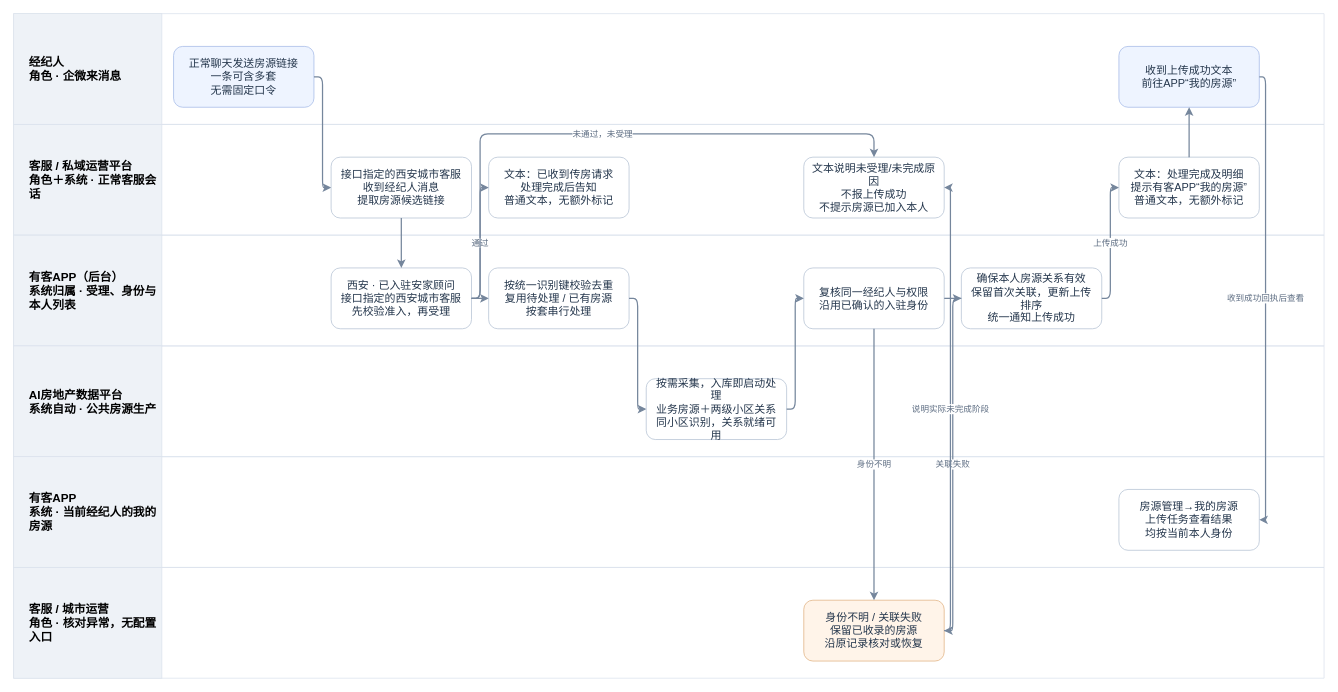
Above: page "企微上传｜客服视角、准入与完成回执" (3 of 3) of B端发房共用资源/V3.0-B端房源上传与管理-角色与系统业务流程.drawio in JZT-AI/ai-real-estate-platform-v3-prototype (draw.io), before the change. Source tidied: cells renumbered, new cells numbered last; positions are measured from the earlier drawing's top-left corner, leaving out a move shared by most shapes. Both pictures are drawn from the tidied source at 78%, with x=0, y=0 at pixel (13, 13).
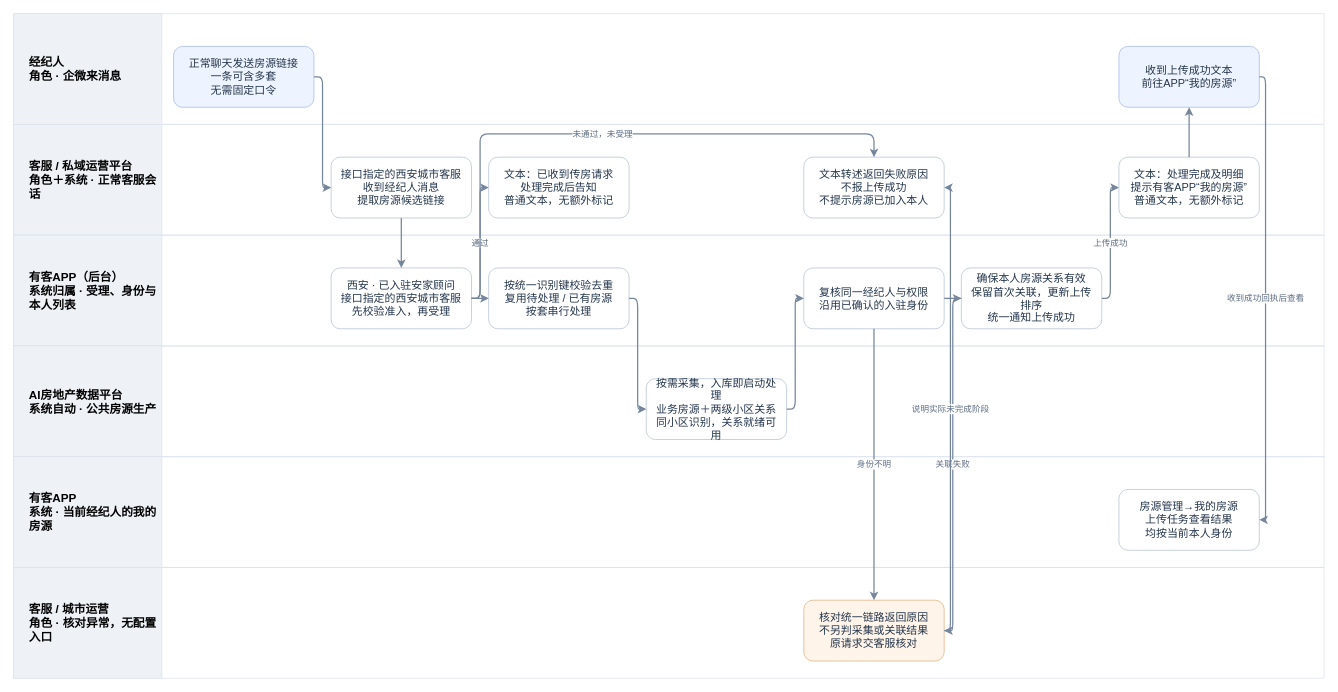
The same page after the edit.

Unchanged cells that the change refers to:
```xml
<mxCell id="4" style="swimlane;horizontal=1;startSize=0;fillColor=#f8fafc;strokeColor=#dce3ed;" parent="1" vertex="1">
  <mxGeometry y="142" width="1680" height="142" as="geometry" />
</mxCell>
<mxCell id="12" style="swimlane;horizontal=1;startSize=0;fillColor=#f8fafc;strokeColor=#dce3ed;" parent="1" vertex="1">
  <mxGeometry y="710" width="1680" height="142" as="geometry" />
</mxCell>
```

Diff of the diagram source:
```diff
@@
-    <mxCell id="25" value="身份不明 / 关联失败&lt;br&gt;保留已收录的房源&lt;br&gt;沿原记录核对或恢复" style="rounded=1;whiteSpace=wrap;html=1;fillColor=#fff4e9;strokeColor=#e2b587;fontColor=#24364c;fontSize=14;spacing=8;" parent="12" vertex="1">
+    <mxCell id="25" value="核对统一链路返回原因&lt;br&gt;不另判采集或关联结果&lt;br&gt;原请求交客服核对" style="rounded=1;whiteSpace=wrap;html=1;fillColor=#fff4e9;strokeColor=#e2b587;fontColor=#24364c;fontSize=14;spacing=8;" parent="12" vertex="1">
       <mxGeometry x="1013" y="42" width="180" height="78" as="geometry" />
     </mxCell>
-    <mxCell id="26" value="文本说明未受理/未完成原因&lt;br&gt;不报上传成功&lt;br&gt;不提示房源已加入本人" style="rounded=1;whiteSpace=wrap;html=1;fillColor=#fff;strokeColor=#b7c4d5;fontColor=#24364c;fontSize=14;spacing=8;" parent="4" vertex="1">
+    <mxCell id="26" value="文本转述返回失败原因&lt;br&gt;不报上传成功&lt;br&gt;不提示房源已加入本人" style="rounded=1;whiteSpace=wrap;html=1;fillColor=#fff;strokeColor=#b7c4d5;fontColor=#24364c;fontSize=14;spacing=8;" parent="4" vertex="1">
       <mxGeometry x="1013" y="42" width="180" height="78" as="geometry" />
     </mxCell>
```
